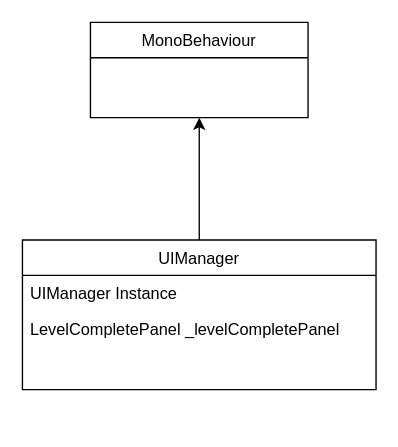
cjinle/mynote keeps this draw.io diagram as page "Water Sort Puzzle" (1 of 2) of Water Sort Puzzle.drawio. Above is the earlier version. Source tidied: cells renumbered, new cells numbered last; positions are measured from the earlier drawing's top-left corner, leaving out a move shared by most shapes. Both pictures are drawn from the tidied source at 136%, with x=0, y=0 at pixel (22, 22).
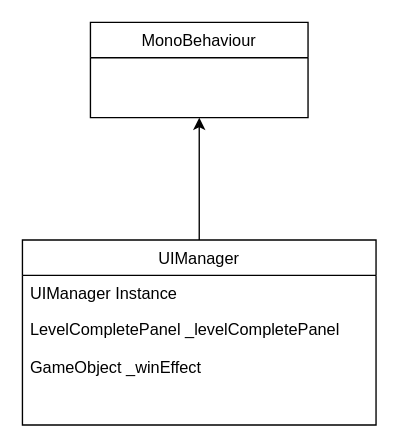
After the change.

The edit, as a diff of the source:
```diff
@@
 <mxGraphModel>
   <root>
     <mxCell id="0" />
     <mxCell id="1" parent="0" />
     <mxCell id="2" value="MonoBehaviour" style="swimlane;fontStyle=0;align=center;verticalAlign=top;horizontal=1;startSize=26;rounded=0;shadow=0;strokeWidth=1;" parent="1" vertex="1">
       <mxGeometry x="50" width="160" height="70" as="geometry" />
     </mxCell>
     <mxCell id="3" style="edgeStyle=orthogonalEdgeStyle;rounded=0;jettySize=auto;html=1;exitX=0.5;exitY=0;exitDx=0;exitDy=0;entryX=0.5;entryY=1;entryDx=0;entryDy=0;" parent="1" edge="1" source="4" target="2">
       <mxGeometry relative="1" as="geometry" />
     </mxCell>
     <mxCell id="4" value="UIManager" style="swimlane;fontStyle=0;align=center;verticalAlign=top;horizontal=1;startSize=26;rounded=0;shadow=0;strokeWidth=1;" parent="1" vertex="1">
-      <mxGeometry y="160" width="260" height="110" as="geometry" />
+      <mxGeometry y="160" width="260" height="136" as="geometry" />
     </mxCell>
     <mxCell id="5" value="UIManager Instance" style="text;align=left;verticalAlign=top;spacingLeft=4;spacingRight=4;overflow=hidden;" parent="4" vertex="1">
       <mxGeometry y="26" width="260" height="26" as="geometry" />
     </mxCell>
     <mxCell id="6" value="LevelCompletePanel _levelCompletePanel" style="text;align=left;verticalAlign=top;spacingLeft=4;spacingRight=4;overflow=hidden;rounded=0;shadow=0;html=0;" parent="4" vertex="1">
       <mxGeometry y="52" width="260" height="28" as="geometry" />
     </mxCell>
+    <mxCell id="7" value="GameObject _winEffect" style="text;align=left;verticalAlign=top;spacingLeft=4;spacingRight=4;overflow=hidden;rounded=0;shadow=0;html=0;" parent="4" vertex="1">
+      <mxGeometry y="80" width="260" height="28" as="geometry" />
+    </mxCell>
+    <mxCell id="8" style="text;align=left;verticalAlign=top;spacingLeft=4;spacingRight=4;overflow=hidden;rounded=0;shadow=0;html=0;" parent="4" vertex="1">
+      <mxGeometry y="108" width="260" height="28" as="geometry" />
+    </mxCell>
   </root>
 </mxGraphModel>
```
